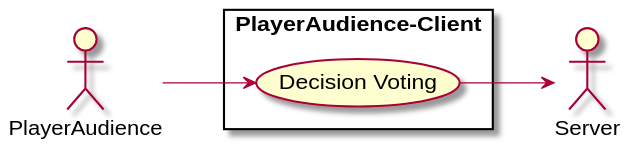
Earlier version of the PlantUML export Docs/Technical Specifications/docs/diagrams/use-case-diagrams/playeraudience-client.svg (Brotenko/QualityQuest). Source of this version:
```plantuml
@startuml
left to right direction
actor "PlayerAudience" as AUDC
actor "Server" as se
rectangle "PlayerAudience-Client" {
usecase "Decision Voting" as PE
}

AUDC --> PE
PE --> se
@enduml
```
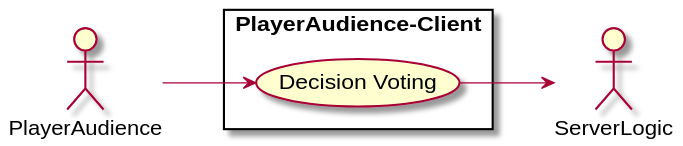
The same diagram one commit later.

What changed in the source:
```diff
@@ -1,7 +1,7 @@
 @startuml
 left to right direction
 actor "PlayerAudience" as AUDC
-actor "Server" as se
+actor "ServerLogic" as se
 rectangle "PlayerAudience-Client" {
 usecase "Decision Voting" as PE
 }
```
